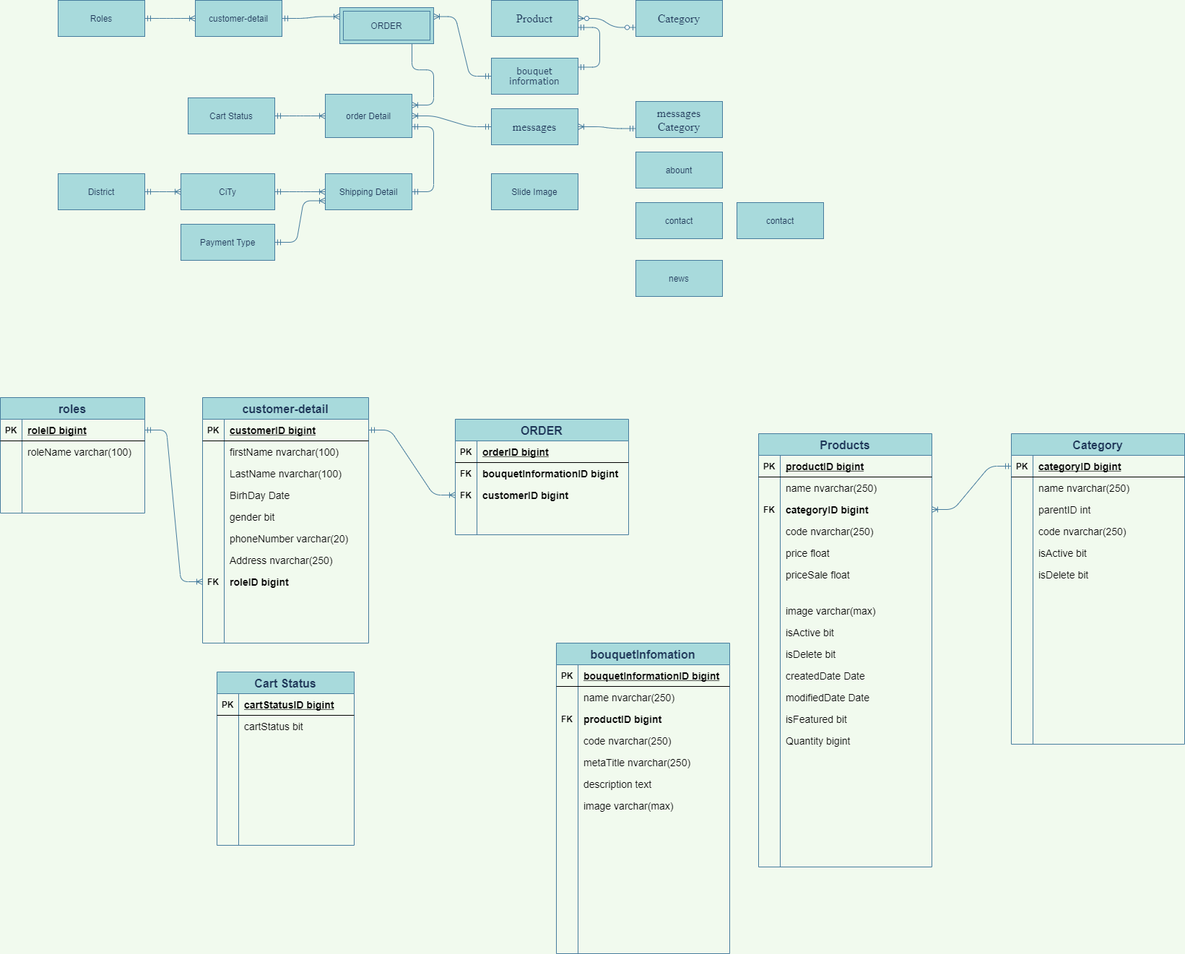
Above: Untitled Diagram.png in maialino123/Eproject-SEM3 (draw.io), before the change. Source tidied: cells renumbered, new cells last; positions are measured from the earlier drawing's top-left corner, leaving out a move shared by most shapes.
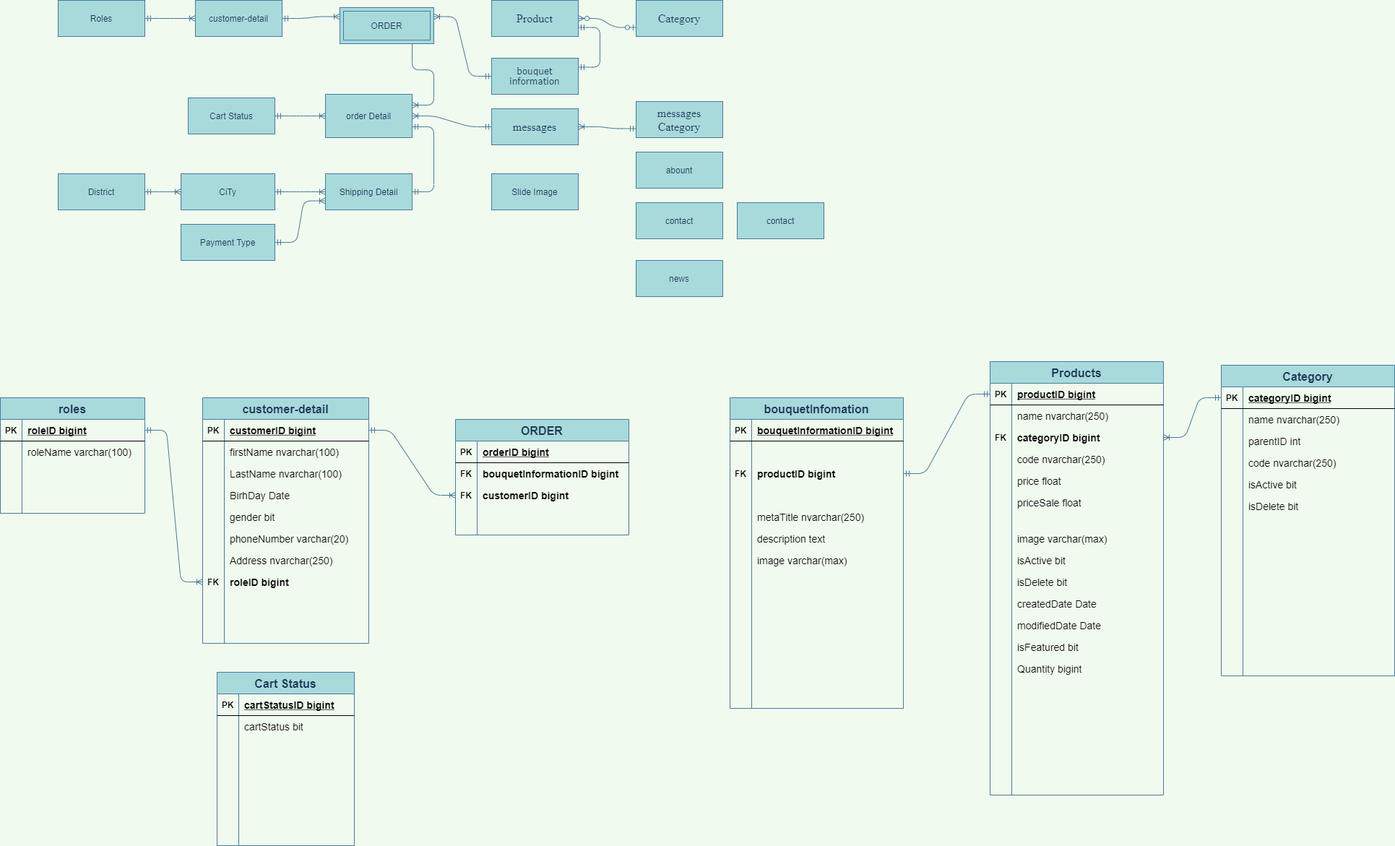
The same file after the commit.

The edit, as a diff of the source:
```diff
@@ -324,7 +324,7 @@
       <mxGeometry relative="1" as="geometry" />
     </mxCell>
     <mxCell id="109" value="Products" style="shape=table;startSize=30;rowLines=0;fontStyle=1;align=center;rounded=0;sketch=0;fontSize=16;fontColor=#1D3557;strokeColor=#457B9D;fillColor=#A8DADC;" parent="1" vertex="1">
-      <mxGeometry x="1050" y="600" width="240" height="600" as="geometry" />
+      <mxGeometry x="1370" y="500" width="240" height="600" as="geometry" />
     </mxCell>
     <mxCell id="110" style="shape=partialRectangle;fillColor=none;top=0;left=0;bottom=1;right=0;points=[[0,0.5],[1,0.5]];portConstraint=eastwest;" parent="109" vertex="1">
       <mxGeometry y="30" width="240" height="30" as="geometry" />
@@ -453,7 +453,7 @@
       <mxGeometry x="30" width="210" height="30" as="geometry" />
     </mxCell>
     <mxCell id="152" value="bouquetInfomation" style="shape=table;startSize=30;rowLines=0;fontStyle=1;align=center;rounded=0;sketch=0;fontSize=16;fontColor=#1D3557;strokeColor=#457B9D;fillColor=#A8DADC;" parent="1" vertex="1">
-      <mxGeometry x="770" y="890" width="240" height="430" as="geometry" />
+      <mxGeometry x="1010" y="550" width="240" height="430" as="geometry" />
     </mxCell>
     <mxCell id="153" style="shape=partialRectangle;fillColor=none;top=0;left=0;bottom=1;right=0;" parent="152" vertex="1">
       <mxGeometry y="30" width="240" height="30" as="geometry" />
@@ -470,7 +470,7 @@
     <mxCell id="157" style="shape=partialRectangle;fillColor=none;top=0;left=0;bottom=0;right=0;overflow=hidden;fontStyle=1;" parent="156" vertex="1">
       <mxGeometry width="30" height="30" as="geometry" />
     </mxCell>
-    <mxCell id="158" value="name nvarchar(250)" style="shape=partialRectangle;fillColor=none;top=0;left=0;bottom=0;right=0;align=left;spacingLeft=6;overflow=hidden;fontSize=14;fontStyle=0;" parent="156" vertex="1">
+    <mxCell id="158" style="shape=partialRectangle;fillColor=none;top=0;left=0;bottom=0;right=0;align=left;spacingLeft=6;overflow=hidden;fontSize=14;fontStyle=0;" parent="156" vertex="1">
       <mxGeometry x="30" width="210" height="30" as="geometry" />
     </mxCell>
     <mxCell id="159" style="shape=partialRectangle;fillColor=none;top=0;left=0;bottom=0;right=0;points=[[0,0.5],[1,0.5]];portConstraint=eastwest;" parent="152" vertex="1">
@@ -488,7 +488,7 @@
     <mxCell id="163" style="shape=partialRectangle;fillColor=none;top=0;left=0;bottom=0;right=0;overflow=hidden;" parent="162" vertex="1">
       <mxGeometry width="30" height="30" as="geometry" />
     </mxCell>
-    <mxCell id="164" value="code nvarchar(250)" style="shape=partialRectangle;fillColor=none;top=0;left=0;bottom=0;right=0;align=left;spacingLeft=6;overflow=hidden;fontSize=14;" parent="162" vertex="1">
+    <mxCell id="164" style="shape=partialRectangle;fillColor=none;top=0;left=0;bottom=0;right=0;align=left;spacingLeft=6;overflow=hidden;fontSize=14;" parent="162" vertex="1">
       <mxGeometry x="30" width="210" height="30" as="geometry" />
     </mxCell>
     <mxCell id="165" style="shape=partialRectangle;fillColor=none;top=0;left=0;bottom=0;right=0;" parent="152" vertex="1">
@@ -528,7 +528,7 @@
       <mxGeometry x="30" width="210" height="30" as="geometry" />
     </mxCell>
     <mxCell id="177" value="Category" style="shape=table;startSize=30;rowLines=0;fontStyle=1;align=center;rounded=0;sketch=0;fontSize=16;fontColor=#1D3557;strokeColor=#457B9D;fillColor=#A8DADC;" parent="1" vertex="1">
-      <mxGeometry x="1400" y="600" width="240" height="430" as="geometry" />
+      <mxGeometry x="1690" y="505" width="240" height="430" as="geometry" />
     </mxCell>
     <mxCell id="178" style="shape=partialRectangle;fillColor=none;top=0;left=0;bottom=1;right=0;points=[[0,0.5],[1,0.5]];portConstraint=eastwest;" parent="177" vertex="1">
       <mxGeometry y="30" width="240" height="30" as="geometry" />
@@ -605,5 +605,8 @@
     <mxCell id="202" style="edgeStyle=entityRelationEdgeStyle;fontSize=12;html=1;endArrow=ERoneToMany;startArrow=ERmandOne;fontColor=#1D3557;strokeColor=#457B9D;fillColor=#A8DADC;labelBackgroundColor=#F1FAEE;exitX=0;exitY=0.5;exitDx=0;exitDy=0;entryX=1;entryY=0.5;entryDx=0;entryDy=0;" parent="1" edge="1" source="178" target="116">
       <mxGeometry relative="1" as="geometry" />
     </mxCell>
+    <mxCell id="203" style="edgeStyle=entityRelationEdgeStyle;fontSize=12;html=1;endArrow=ERmandOne;startArrow=ERmandOne;fontColor=#1D3557;fillColor=#A8DADC;rounded=1;entryX=0;entryY=0.5;entryDx=0;entryDy=0;exitX=1;exitY=0.5;exitDx=0;exitDy=0;strokeColor=#457B9D;labelBackgroundColor=#F1FAEE;" parent="1" edge="1" source="159" target="110">
+      <mxGeometry relative="1" as="geometry" />
+    </mxCell>
   </root>
 </mxGraphModel>
```
